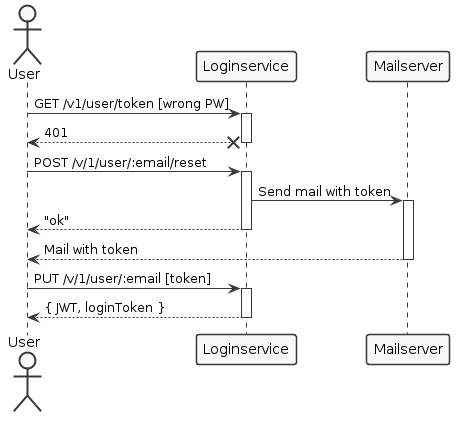
Earlier version of the PlantUML export resetpw.png (phuhl/apparts-login-server).
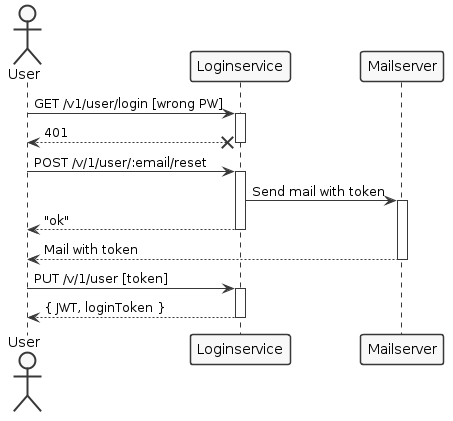
Above is the later version.

Diff of the diagram source:
```diff
@@ -4,7 +4,7 @@
 skinparam monochrome true
 skinparam shadowing false
 
-User -> Loginservice : GET /v1/user/token [wrong PW]
+User -> Loginservice : GET /v1/user/login [wrong PW]
 activate Loginservice
 User <--x Loginservice : 401
 deactivate Loginservice
@@ -18,7 +18,7 @@
 User <-- Mailserver : Mail with token
 deactivate Mailserver
 
-User -> Loginservice : PUT /v/1/user/:email [token]
+User -> Loginservice : PUT /v/1/user [token]
 activate Loginservice
 User <-- Loginservice : { JWT, loginToken }
 deactivate Loginservice
```
